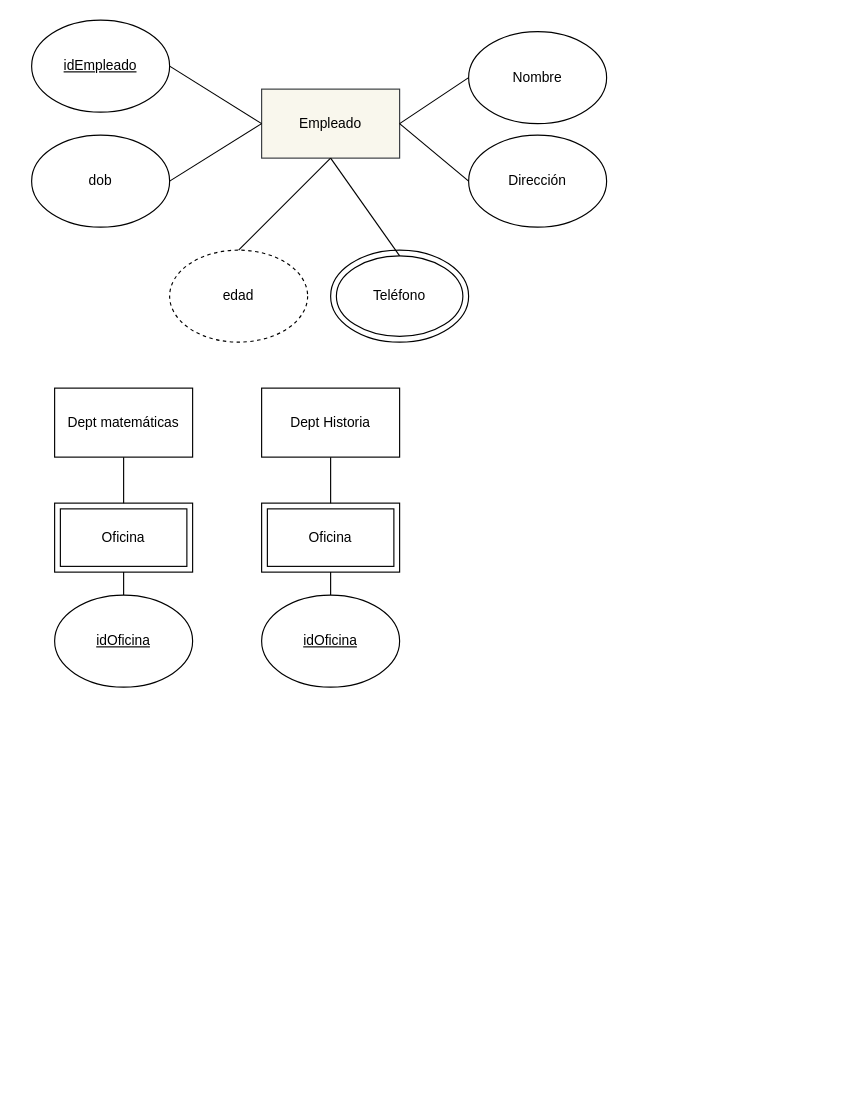
Above: Untitled Diagram.drawio in huangjuehe/basesdedatos (draw.io), before the change. Source tidied: cells renumbered, new cells numbered last; positions are measured from the earlier drawing's top-left corner, leaving out a move shared by most shapes. Both pictures are drawn from the tidied source at 115%, with x=0, y=0 at pixel (31, 20).
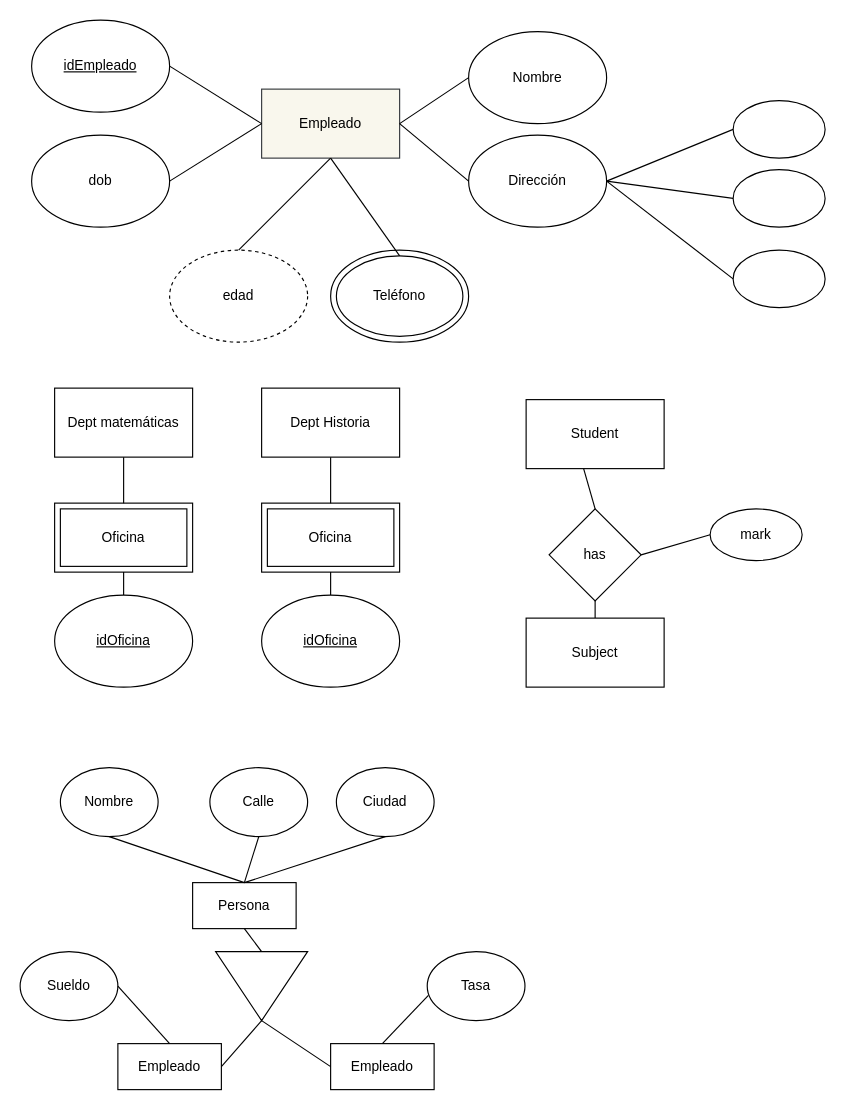
The same page after the edit.

The change refers to these unchanged cells:
```xml
<mxCell id="4" value="Dirección" style="ellipse;whiteSpace=wrap;html=1;" parent="1" vertex="1">
  <mxGeometry x="380" y="100" width="120" height="80" as="geometry" />
</mxCell>
```

The edit, as a diff of the source:
```diff
@@
+    <mxCell id="28" value="Student" style="rounded=0;whiteSpace=wrap;html=1;" parent="1" vertex="1">
+      <mxGeometry x="430" y="330" width="120" height="60" as="geometry" />
+    </mxCell>
+    <mxCell id="29" value="Subject" style="rounded=0;whiteSpace=wrap;html=1;" parent="1" vertex="1">
+      <mxGeometry x="430" y="520" width="120" height="60" as="geometry" />
+    </mxCell>
+    <mxCell id="30" value="has" style="rhombus;whiteSpace=wrap;html=1;" parent="1" vertex="1">
+      <mxGeometry x="450" y="425" width="80" height="80" as="geometry" />
+    </mxCell>
+    <mxCell id="31" value="mark" style="ellipse;whiteSpace=wrap;html=1;" parent="1" vertex="1">
+      <mxGeometry x="590" y="425" width="80" height="45" as="geometry" />
+    </mxCell>
+    <mxCell id="32" style="endArrow=none;html=1;rounded=0;exitX=0.5;exitY=0;exitDx=0;exitDy=0;strokeColor=light-dark(#000000,#060606);" parent="1" edge="1" source="30">
+      <mxGeometry relative="1" as="geometry">
+        <mxPoint x="480" y="390" as="targetPoint" />
+      </mxGeometry>
+    </mxCell>
+    <mxCell id="33" style="endArrow=none;html=1;rounded=0;exitX=0.5;exitY=0;exitDx=0;exitDy=0;strokeColor=light-dark(#000000,#060606);entryX=0.5;entryY=1;entryDx=0;entryDy=0;" parent="1" edge="1" source="29" target="30">
+      <mxGeometry relative="1" as="geometry" />
+    </mxCell>
+    <mxCell id="34" style="endArrow=none;html=1;rounded=0;exitX=0;exitY=0.5;exitDx=0;exitDy=0;strokeColor=light-dark(#000000,#060606);entryX=1;entryY=0.5;entryDx=0;entryDy=0;" parent="1" edge="1" source="31" target="30">
+      <mxGeometry relative="1" as="geometry" />
+    </mxCell>
+    <mxCell id="35" style="ellipse;whiteSpace=wrap;html=1;" parent="1" vertex="1">
+      <mxGeometry x="610" y="70" width="80" height="50" as="geometry" />
+    </mxCell>
+    <mxCell id="36" style="ellipse;whiteSpace=wrap;html=1;" parent="1" vertex="1">
+      <mxGeometry x="610" y="130" width="80" height="50" as="geometry" />
+    </mxCell>
+    <mxCell id="37" style="ellipse;whiteSpace=wrap;html=1;" parent="1" vertex="1">
+      <mxGeometry x="610" y="200" width="80" height="50" as="geometry" />
+    </mxCell>
+    <mxCell id="38" style="endArrow=none;html=1;rounded=0;entryX=1;entryY=0.5;entryDx=0;entryDy=0;exitX=0;exitY=0.5;exitDx=0;exitDy=0;strokeColor=light-dark(#000000,#000000);" parent="1" edge="1" source="35" target="4">
+      <mxGeometry relative="1" as="geometry" />
+    </mxCell>
+    <mxCell id="39" style="endArrow=none;html=1;rounded=0;entryX=1;entryY=0.5;entryDx=0;entryDy=0;exitX=0;exitY=0.5;exitDx=0;exitDy=0;strokeColor=light-dark(#000000,#000000);" parent="1" edge="1" source="36" target="4">
+      <mxGeometry relative="1" as="geometry" />
+    </mxCell>
+    <mxCell id="40" style="endArrow=none;html=1;rounded=0;exitX=0;exitY=0.5;exitDx=0;exitDy=0;strokeColor=light-dark(#000000,#000000);entryX=1;entryY=0.5;entryDx=0;entryDy=0;" parent="1" edge="1" source="37" target="4">
+      <mxGeometry relative="1" as="geometry" />
+    </mxCell>
+    <mxCell id="41" value="Nombre" style="ellipse;whiteSpace=wrap;html=1;" parent="1" vertex="1">
+      <mxGeometry x="25" y="650" width="85" height="60" as="geometry" />
+    </mxCell>
+    <mxCell id="42" value="Calle" style="ellipse;whiteSpace=wrap;html=1;" parent="1" vertex="1">
+      <mxGeometry x="155" y="650" width="85" height="60" as="geometry" />
+    </mxCell>
+    <mxCell id="43" value="Ciudad" style="ellipse;whiteSpace=wrap;html=1;" parent="1" vertex="1">
+      <mxGeometry x="265" y="650" width="85" height="60" as="geometry" />
+    </mxCell>
+    <mxCell id="44" value="Sueldo" style="ellipse;whiteSpace=wrap;html=1;" parent="1" vertex="1">
+      <mxGeometry x="-10" y="810" width="85" height="60" as="geometry" />
+    </mxCell>
+    <mxCell id="45" value="Tasa" style="ellipse;whiteSpace=wrap;html=1;" parent="1" vertex="1">
+      <mxGeometry x="344" y="810" width="85" height="60" as="geometry" />
+    </mxCell>
+    <mxCell id="46" value="Persona" style="rounded=0;whiteSpace=wrap;html=1;" parent="1" vertex="1">
+      <mxGeometry x="140" y="750" width="90" height="40" as="geometry" />
+    </mxCell>
+    <mxCell id="47" value="Empleado" style="rounded=0;whiteSpace=wrap;html=1;" parent="1" vertex="1">
+      <mxGeometry x="75" y="890" width="90" height="40" as="geometry" />
+    </mxCell>
+    <mxCell id="48" value="Empleado" style="rounded=0;whiteSpace=wrap;html=1;" parent="1" vertex="1">
+      <mxGeometry x="260" y="890" width="90" height="40" as="geometry" />
+    </mxCell>
+    <mxCell id="49" style="endArrow=none;html=1;rounded=0;entryX=0.5;entryY=1;entryDx=0;entryDy=0;strokeColor=light-dark(#000000,#000000);exitX=0.5;exitY=0;exitDx=0;exitDy=0;" parent="1" edge="1" source="46" target="41">
+      <mxGeometry relative="1" as="geometry" />
+    </mxCell>
+    <mxCell id="50" style="endArrow=none;html=1;rounded=0;entryX=0.5;entryY=1;entryDx=0;entryDy=0;strokeColor=light-dark(#000000,#000000);exitX=0.5;exitY=0;exitDx=0;exitDy=0;" parent="1" edge="1" source="46" target="42">
+      <mxGeometry relative="1" as="geometry" />
+    </mxCell>
+    <mxCell id="51" style="endArrow=none;html=1;rounded=0;entryX=0.5;entryY=1;entryDx=0;entryDy=0;strokeColor=light-dark(#000000,#000000);exitX=0.5;exitY=0;exitDx=0;exitDy=0;" parent="1" edge="1" source="46" target="43">
+      <mxGeometry relative="1" as="geometry" />
+    </mxCell>
+    <mxCell id="52" style="endArrow=none;html=1;rounded=0;entryX=1;entryY=0.5;entryDx=0;entryDy=0;strokeColor=light-dark(#000000,#000000);exitX=0.5;exitY=0;exitDx=0;exitDy=0;" parent="1" edge="1" source="47" target="44">
+      <mxGeometry relative="1" as="geometry" />
+    </mxCell>
+    <mxCell id="53" style="endArrow=none;html=1;rounded=0;entryX=0.012;entryY=0.633;entryDx=0;entryDy=0;strokeColor=light-dark(#000000,#000000);entryPerimeter=0;exitX=0.5;exitY=0;exitDx=0;exitDy=0;" parent="1" edge="1" source="48" target="45">
+      <mxGeometry relative="1" as="geometry" />
+    </mxCell>
+    <mxCell id="54" style="endArrow=none;html=1;rounded=0;entryX=0.5;entryY=1;entryDx=0;entryDy=0;strokeColor=light-dark(#000000,#000000);exitX=0;exitY=0.5;exitDx=0;exitDy=0;" parent="1" edge="1" source="55" target="46">
+      <mxGeometry relative="1" as="geometry" />
+    </mxCell>
+    <mxCell id="55" style="triangle;whiteSpace=wrap;html=1;rotation=0;direction=south;" parent="1" vertex="1">
+      <mxGeometry x="160" y="810" width="80" height="60" as="geometry" />
+    </mxCell>
+    <mxCell id="56" style="endArrow=none;html=1;rounded=0;entryX=1;entryY=0.5;entryDx=0;entryDy=0;strokeColor=light-dark(#000000,#000000);exitX=0;exitY=0.5;exitDx=0;exitDy=0;" parent="1" edge="1" source="48" target="55">
+      <mxGeometry relative="1" as="geometry" />
+    </mxCell>
+    <mxCell id="57" style="endArrow=none;html=1;rounded=0;entryX=1;entryY=0.5;entryDx=0;entryDy=0;strokeColor=light-dark(#000000,#000000);exitX=1;exitY=0.5;exitDx=0;exitDy=0;" parent="1" edge="1" source="47" target="55">
+      <mxGeometry relative="1" as="geometry" />
+    </mxCell>
```
